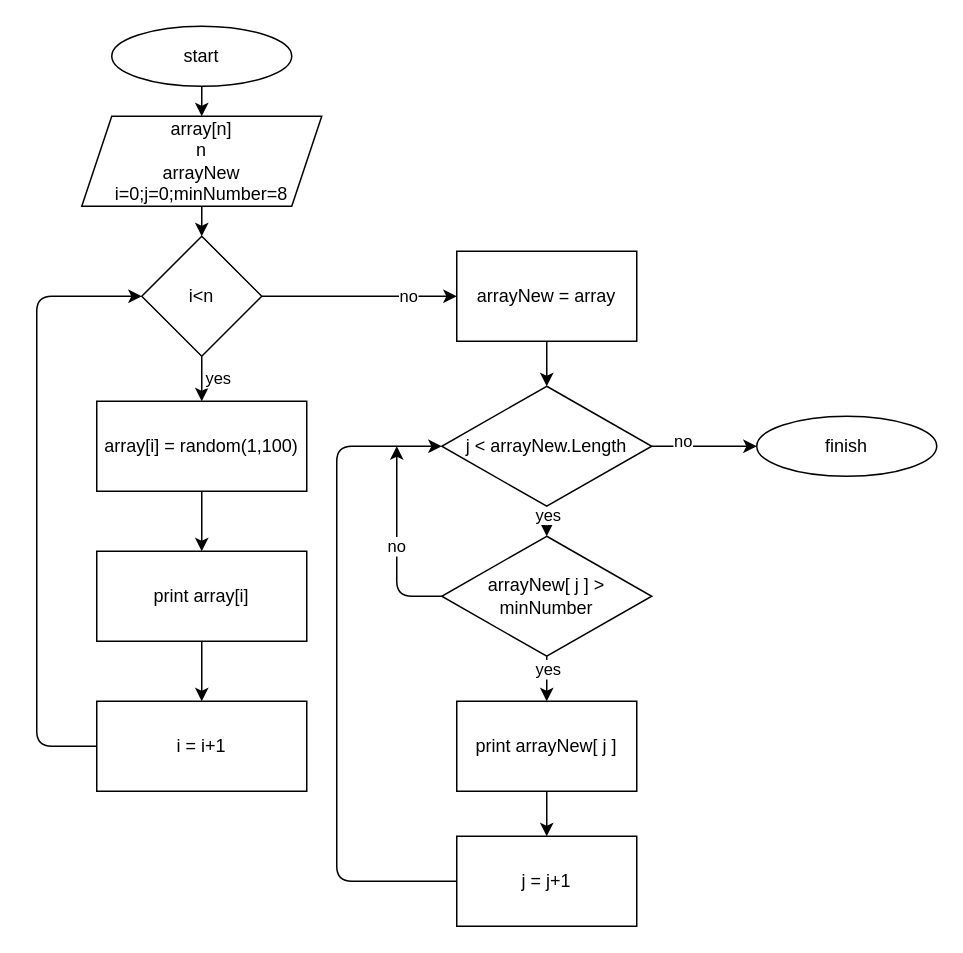
Before: blockShema.drawio in haba5656136/ControlWork, a draw.io diagram. Source tidied: cells renumbered, new cells numbered last; positions are measured from the earlier drawing's top-left corner, leaving out a move shared by most shapes. Both pictures are drawn from the tidied source at 150%, with x=0, y=0 at pixel (36, 26).
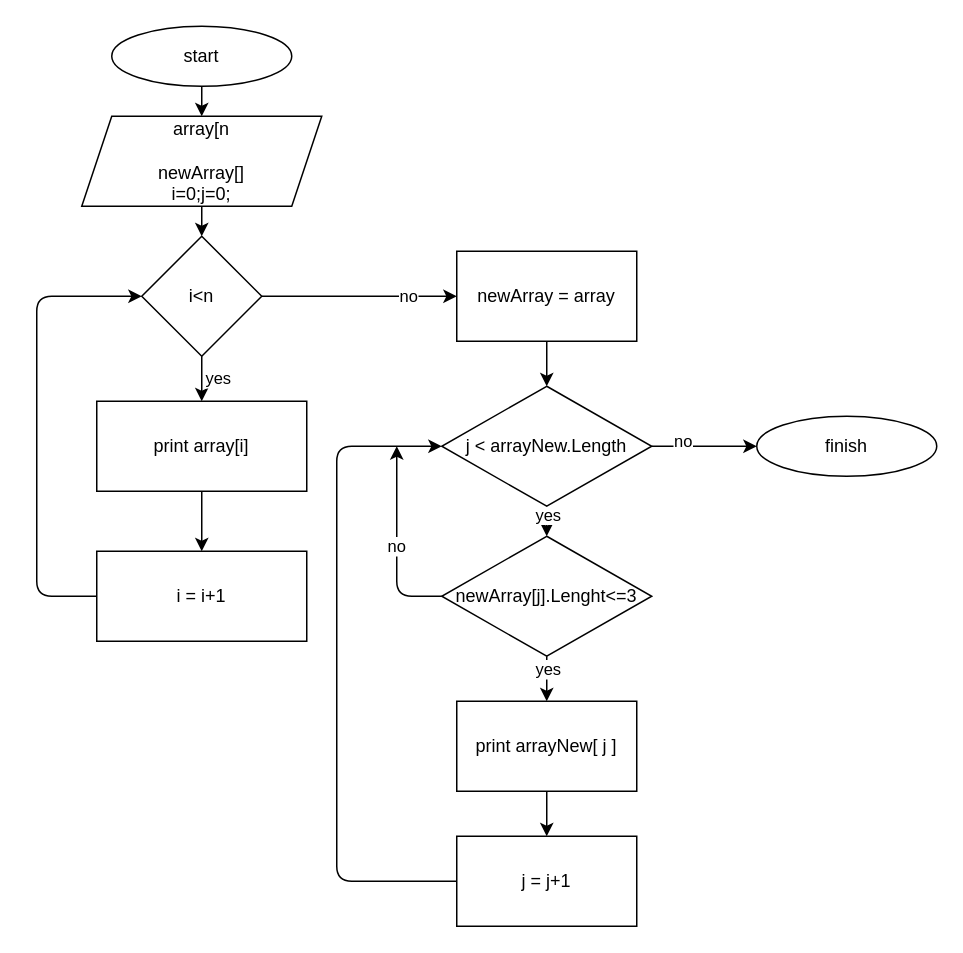
The same diagram, later.

Commit message:
поправил блок схему

Unchanged cells that the change refers to:
```xml
<mxCell id="10" value="i&amp;lt;n" style="rhombus;whiteSpace=wrap;html=1;" parent="1" vertex="1">
  <mxGeometry x="70" y="140" width="80" height="80" as="geometry" />
</mxCell>
```

The edit, as a diff of the source:
```diff
@@
-    <mxCell id="5" value="array[n]&lt;br&gt;n&lt;br&gt;arrayNew&lt;br&gt;i=0;j=0;minNumber=8" style="shape=parallelogram;perimeter=parallelogramPerimeter;whiteSpace=wrap;html=1;fixedSize=1;" parent="1" vertex="1">
+    <mxCell id="5" value="array[n&lt;br&gt;&lt;br&gt;newArray[]&lt;br&gt;i=0;j=0;" style="shape=parallelogram;perimeter=parallelogramPerimeter;whiteSpace=wrap;html=1;fixedSize=1;" parent="1" vertex="1">
       <mxGeometry x="30" y="60" width="160" height="60" as="geometry" />
     </mxCell>
-    <mxCell id="6" style="edgeStyle=none;html=1;entryX=0.5;entryY=0;entryDx=0;entryDy=0;" parent="1" edge="1" source="10" target="12">
-      <mxGeometry relative="1" as="geometry" />
+    <mxCell id="6" style="edgeStyle=none;html=1;entryX=0.5;entryY=0;entryDx=0;entryDy=0;" parent="1" edge="1" source="10">
+      <mxGeometry relative="1" as="geometry">
+        <mxPoint x="110" y="250" as="targetPoint" />
+      </mxGeometry>
     </mxCell>
@@
-    <mxCell id="11" style="edgeStyle=none;html=1;entryX=0.5;entryY=0;entryDx=0;entryDy=0;" parent="1" edge="1" source="12" target="14">
-      <mxGeometry relative="1" as="geometry" />
+    <mxCell id="11" style="edgeStyle=none;html=1;entryX=0.5;entryY=0;entryDx=0;entryDy=0;" parent="1" edge="1" target="14">
+      <mxGeometry relative="1" as="geometry">
+        <mxPoint x="110" y="310" as="sourcePoint" />
+      </mxGeometry>
     </mxCell>
-    <mxCell id="12" value="array[i] = random(1,100)" style="rounded=0;whiteSpace=wrap;html=1;" parent="1" vertex="1">
-      <mxGeometry x="40" y="250" width="140" height="60" as="geometry" />
-    </mxCell>
@@
     <mxCell id="14" value="print array[i]" style="rounded=0;whiteSpace=wrap;html=1;" parent="1" vertex="1">
-      <mxGeometry x="40" y="350" width="140" height="60" as="geometry" />
+      <mxGeometry x="40" y="250" width="140" height="60" as="geometry" />
     </mxCell>
     <mxCell id="15" style="edgeStyle=none;html=1;entryX=0;entryY=0.5;entryDx=0;entryDy=0;" parent="1" edge="1" source="16" target="10">
       <mxGeometry relative="1" as="geometry">
         <Array as="points">
-          <mxPoint y="480" />
+          <mxPoint y="380" />
           <mxPoint y="290" />
           <mxPoint y="180" />
         </Array>
       </mxGeometry>
     </mxCell>
     <mxCell id="16" value="i = i+1" style="rounded=0;whiteSpace=wrap;html=1;" parent="1" vertex="1">
-      <mxGeometry x="40" y="450" width="140" height="60" as="geometry" />
+      <mxGeometry x="40" y="350" width="140" height="60" as="geometry" />
     </mxCell>
@@
-    <mxCell id="18" value="arrayNew = array" style="rounded=0;whiteSpace=wrap;html=1;" parent="1" vertex="1">
+    <mxCell id="18" value="newArray = array" style="rounded=0;whiteSpace=wrap;html=1;" parent="1" vertex="1">
       <mxGeometry x="280" y="150" width="120" height="60" as="geometry" />
     </mxCell>
@@
-    <mxCell id="28" value="arrayNew[ j ] &amp;gt; minNumber" style="rhombus;whiteSpace=wrap;html=1;" parent="1" vertex="1">
+    <mxCell id="28" value="newArray[j].Lenght&amp;lt;=3" style="rhombus;whiteSpace=wrap;html=1;" parent="1" vertex="1">
       <mxGeometry x="270" y="340" width="140" height="80" as="geometry" />
     </mxCell>
```
